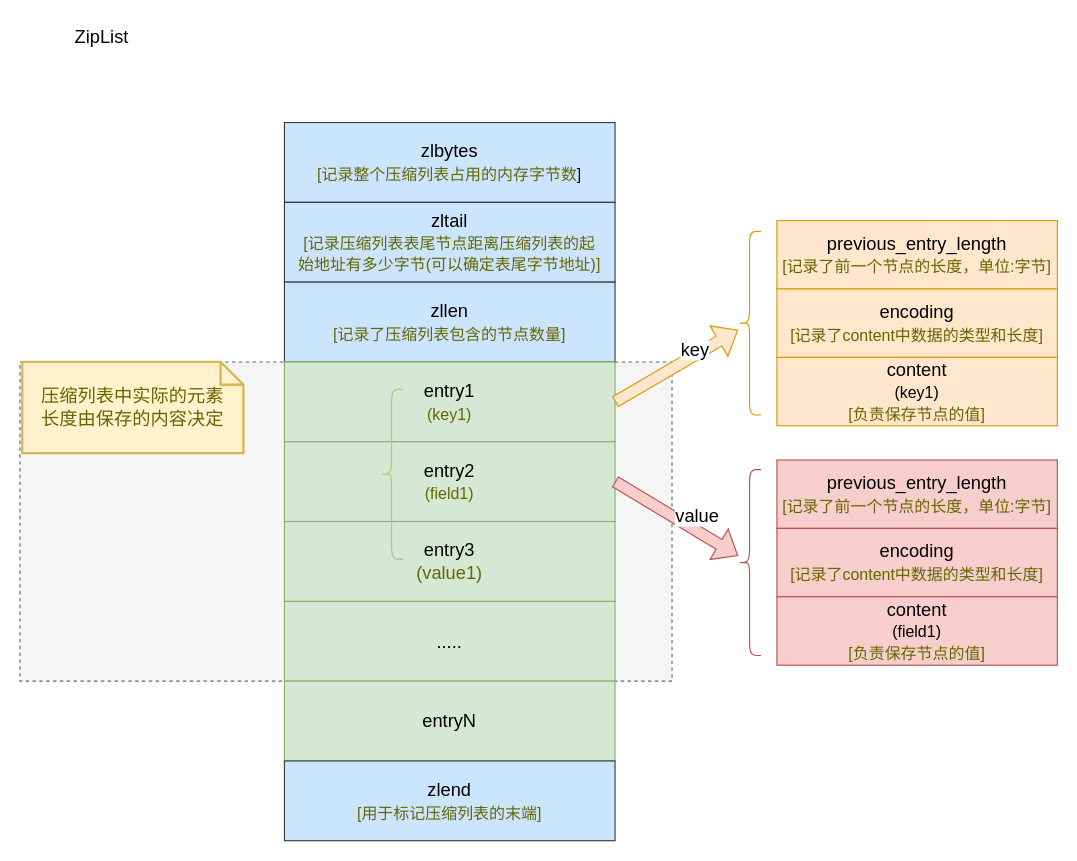
zhangyuying-cn/images keeps this draw.io diagram as page "Redis-Hash" (2 of 5) of Redis/Redis.drawio. Above is the earlier version. Source tidied: cells renumbered, new cells numbered last; positions are measured from the earlier drawing's top-left corner, leaving out a move shared by most shapes. Both pictures are drawn from the tidied source at 114%, with x=0, y=0 at pixel (19, 19).
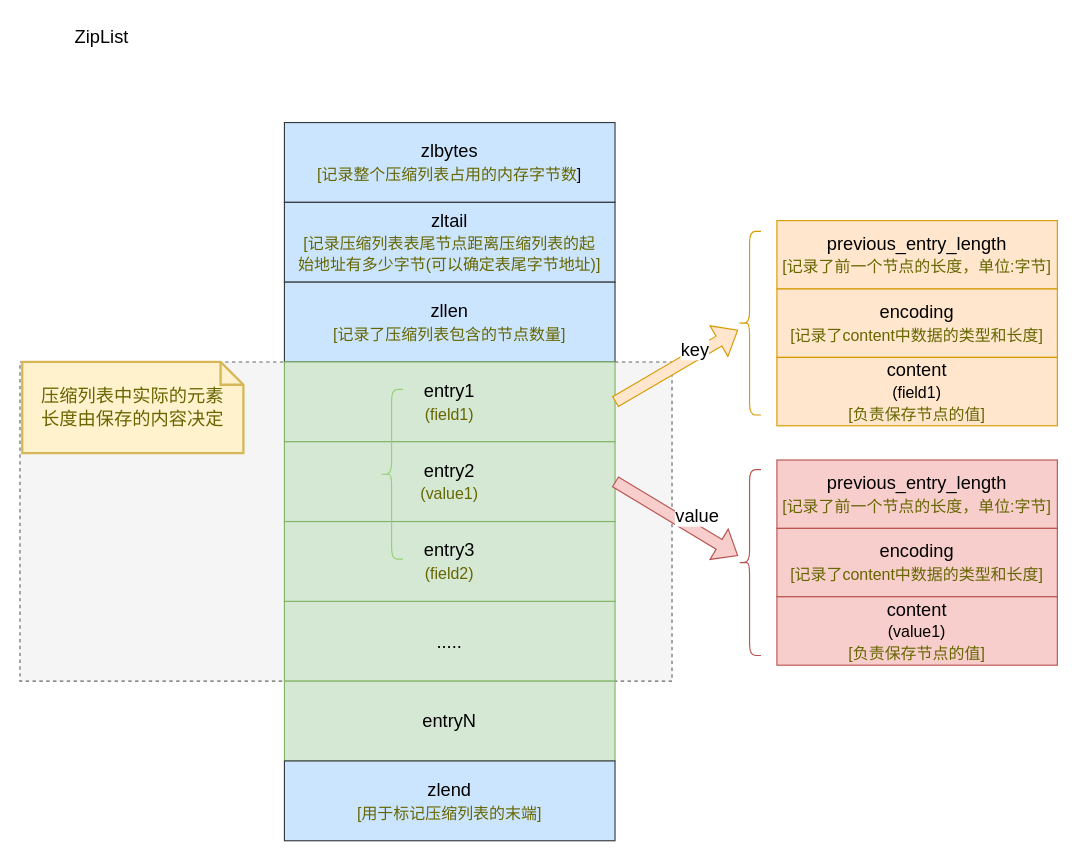
The same page after the edit.

Change to the diagram source:
```diff
@@
-    <mxCell id="6" value="entry1&lt;br&gt;&lt;font style=&quot;font-size: 14px;&quot; color=&quot;#666600&quot;&gt;(key1)&lt;/font&gt;" style="rounded=0;whiteSpace=wrap;html=1;fontSize=16;strokeWidth=1;fillColor=#d5e8d4;strokeColor=#82b366;" parent="1" vertex="1">
+    <mxCell id="6" value="entry1&lt;br&gt;&lt;font style=&quot;font-size: 14px;&quot; color=&quot;#666600&quot;&gt;(field1)&lt;/font&gt;" style="rounded=0;whiteSpace=wrap;html=1;fontSize=16;strokeWidth=1;fillColor=#d5e8d4;strokeColor=#82b366;" parent="1" vertex="1">
       <mxGeometry x="232" y="300" width="290" height="70" as="geometry" />
     </mxCell>
-    <mxCell id="7" value="entry2&lt;br&gt;&lt;font style=&quot;font-size: 14px;&quot; color=&quot;#666600&quot;&gt;(field1)&lt;/font&gt;" style="rounded=0;whiteSpace=wrap;html=1;fontSize=16;strokeWidth=1;fillColor=#d5e8d4;strokeColor=#82b366;" parent="1" vertex="1">
+    <mxCell id="7" value="entry2&lt;br&gt;&lt;font style=&quot;font-size: 14px;&quot; color=&quot;#666600&quot;&gt;(value1)&lt;/font&gt;" style="rounded=0;whiteSpace=wrap;html=1;fontSize=16;strokeWidth=1;fillColor=#d5e8d4;strokeColor=#82b366;" parent="1" vertex="1">
       <mxGeometry x="232" y="370" width="290" height="70" as="geometry" />
     </mxCell>
@@
-    <mxCell id="13" value="content&lt;br&gt;&lt;font style=&quot;font-size: 14px;&quot;&gt;(key1)&lt;br&gt;&lt;font color=&quot;#666600&quot;&gt;[负责保存节点的值]&lt;/font&gt;&lt;/font&gt;" style="rounded=0;whiteSpace=wrap;html=1;fontSize=16;strokeWidth=1;fillColor=#ffe6cc;strokeColor=#d79b00;" parent="1" vertex="1">
+    <mxCell id="13" value="content&lt;br&gt;&lt;font style=&quot;font-size: 14px;&quot;&gt;(field1)&lt;br&gt;&lt;font color=&quot;#666600&quot;&gt;[负责保存节点的值]&lt;/font&gt;&lt;/font&gt;" style="rounded=0;whiteSpace=wrap;html=1;fontSize=16;strokeWidth=1;fillColor=#ffe6cc;strokeColor=#d79b00;" parent="1" vertex="1">
       <mxGeometry x="664" y="296" width="246" height="60" as="geometry" />
     </mxCell>
@@
-    <mxCell id="24" value="content&lt;br&gt;&lt;font style=&quot;font-size: 14px;&quot;&gt;(field1)&lt;br&gt;&lt;font color=&quot;#666600&quot;&gt;[负责保存节点的值]&lt;/font&gt;&lt;/font&gt;" style="rounded=0;whiteSpace=wrap;html=1;fontSize=16;strokeWidth=1;fillColor=#f8cecc;strokeColor=#b85450;" parent="1" vertex="1">
+    <mxCell id="24" value="content&lt;br&gt;&lt;font style=&quot;font-size: 14px;&quot;&gt;(value1)&lt;br&gt;&lt;font color=&quot;#666600&quot;&gt;[负责保存节点的值]&lt;/font&gt;&lt;/font&gt;" style="rounded=0;whiteSpace=wrap;html=1;fontSize=16;strokeWidth=1;fillColor=#f8cecc;strokeColor=#b85450;" parent="1" vertex="1">
       <mxGeometry x="664" y="506" width="246" height="60" as="geometry" />
     </mxCell>
-    <mxCell id="25" value="entry3&lt;br&gt;&lt;font color=&quot;#666600&quot;&gt;(value1)&lt;/font&gt;" style="rounded=0;whiteSpace=wrap;html=1;fontSize=16;strokeWidth=1;fillColor=#d5e8d4;strokeColor=#82b366;" parent="1" vertex="1">
+    <mxCell id="25" value="entry3&lt;br&gt;&lt;font style=&quot;font-size: 14px;&quot; color=&quot;#666600&quot;&gt;(field2)&lt;/font&gt;" style="rounded=0;whiteSpace=wrap;html=1;fontSize=16;strokeWidth=1;fillColor=#d5e8d4;strokeColor=#82b366;" parent="1" vertex="1">
       <mxGeometry x="232" y="440" width="290" height="70" as="geometry" />
     </mxCell>
```
